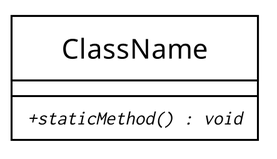
spiegel-im-spiegel/spiegel-im-spiegel.github.io keeps this PlantUML diagram as remark/2018/12/plantuml-3-class-diagrams/members4.png. Above is the earlier version. Its source is kept beside it as remark/2018/12/plantuml-3-class-diagrams/members4.puml.
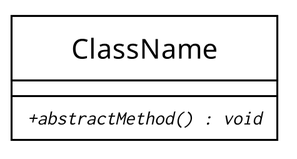
The same file after the commit.

What changed in the source:
```diff
@@ -4,7 +4,7 @@
 skinparam classAttributeIconSize 0
 
 class ClassName {
-  {abstract} {method} + staticMethod() : void
+  {abstract} {method} + abstractMethod() : void
 }
 
 @enduml
```
